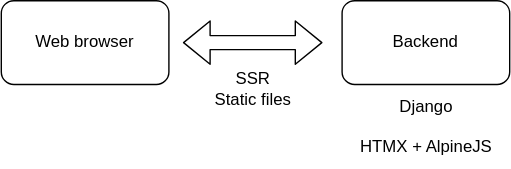
sheenarbw/pres-simple-frontends-djangocon-africa-2025 keeps this draw.io diagram as images/htmx-based-arch.drawio.svg. Above is the earlier version. Source tidied: cells renumbered, new cells last; positions are measured from the earlier drawing's top-left corner, leaving out a move shared by most shapes.
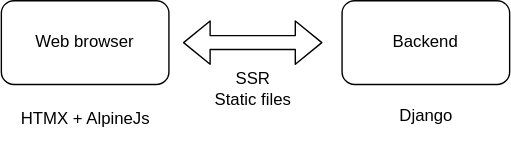
The same file after the commit.

What changed in the source:
```diff
@@ -17,8 +17,11 @@
     <mxCell id="5" value="SSR&lt;div&gt;Static files&lt;/div&gt;" style="text;html=1;align=center;verticalAlign=middle;strokeColor=none;fillColor=none;" parent="1" vertex="1">
       <mxGeometry x="140" y="43" width="80" height="40" as="geometry" />
     </mxCell>
-    <mxCell id="6" value="Django&lt;div&gt;&lt;br&gt;&lt;/div&gt;&lt;div&gt;HTMX + AlpineJS&lt;/div&gt;" style="text;html=1;align=center;verticalAlign=middle;strokeColor=none;fillColor=none;" parent="1" vertex="1">
-      <mxGeometry x="243.5" y="60" width="120" height="60" as="geometry" />
+    <mxCell id="6" value="Django&lt;div&gt;&lt;br&gt;&lt;/div&gt;" style="text;html=1;align=center;verticalAlign=middle;strokeColor=none;fillColor=none;" parent="1" vertex="1">
+      <mxGeometry x="274" y="70" width="60" height="40" as="geometry" />
     </mxCell>
+    <mxCell id="7" value="HTMX + AlpineJs" style="text;html=1;align=center;verticalAlign=middle;strokeColor=none;fillColor=none;" parent="1" vertex="1">
+      <mxGeometry y="70" width="120" height="30" as="geometry" />
+    </mxCell>
   </root>
 </mxGraphModel>
```
